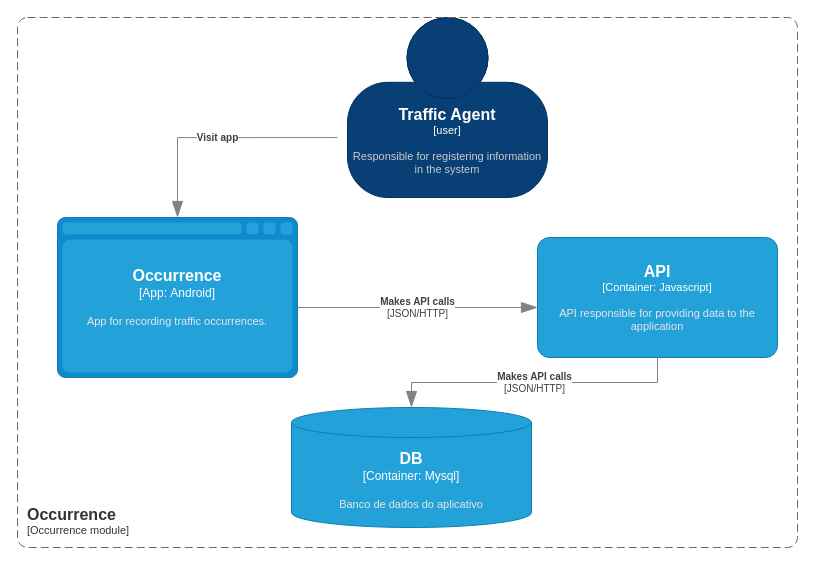
This is page "Occurrence" (2 of 3) of Occurrence.drawio from sitranbr/api_painelb, a draw.io file, before an edit. Source tidied: cells renumbered, new cells numbered last; positions are measured from the earlier drawing's top-left corner, leaving out a move shared by most shapes. Both pictures are drawn from the tidied source at 100%, with x=0, y=0 at pixel (17, 17).
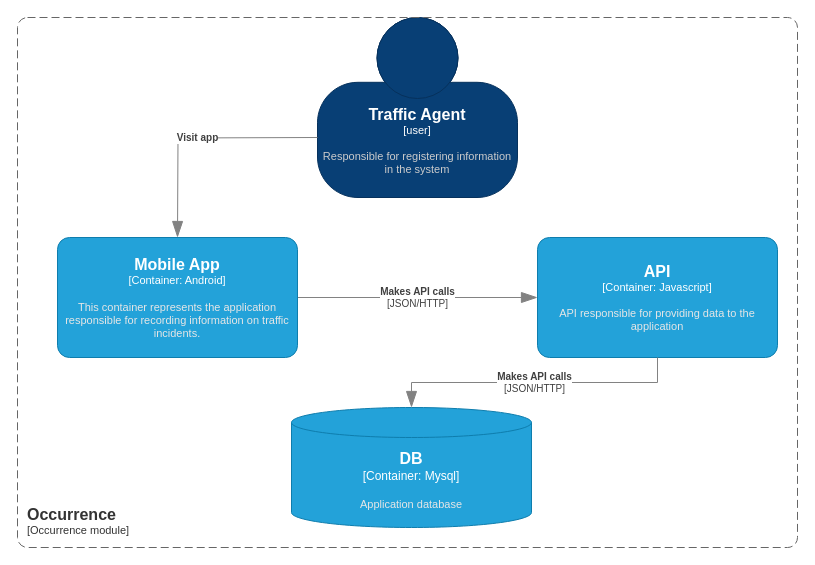
After the change.

What changed in the source:
```diff
@@
 <mxGraphModel>
   <root>
     <mxCell id="0" />
     <mxCell id="1" parent="0" />
     <object id="2" label="&lt;font style=&quot;font-size: 16px&quot;&gt;&lt;b&gt;%c4Name%&lt;/b&gt;&lt;/font&gt;&lt;div&gt;[%c4Type%]&lt;/div&gt;&lt;br&gt;&lt;div&gt;&lt;font style=&quot;font-size: 11px&quot;&gt;&lt;font color=&quot;#cccccc&quot;&gt;%c4Description%&lt;/font&gt;&lt;/div&gt;" c4Description="Responsible for registering information in the system" c4Name="Traffic Agent" c4Type="user" placeholders="1">
       <mxCell style="html=1;fontSize=11;dashed=0;whiteSpace=wrap;fillColor=#083F75;strokeColor=#06315C;fontColor=#ffffff;shape=mxgraph.c4.person2;align=center;points=[[0.5,0,0],[1,0.5,0],[1,0.75,0],[0.75,1,0],[0.5,1,0],[0.25,1,0],[0,0.75,0],[0,0.5,0]];" parent="1" vertex="1">
-        <mxGeometry x="330" width="200" height="180" as="geometry" />
+        <mxGeometry x="300" width="200" height="180" as="geometry" />
       </mxCell>
     </object>
-    <object id="3" label="&lt;font style=&quot;font-size: 16px&quot;&gt;&lt;b&gt;%c4Type%&lt;/b&gt;&lt;/font&gt;&lt;div&gt;[%c4Container%:&amp;nbsp;%c4Technology%]&lt;/div&gt;&lt;br&gt;&lt;div&gt;&lt;font style=&quot;font-size: 11px&quot;&gt;&lt;font color=&quot;#E6E6E6&quot;&gt;%c4Description%&lt;/font&gt;&lt;/div&gt;" c4Container="App" c4Description="App for recording traffic occurrences." c4Technology="Android" c4Type="Occurrence" placeholders="1">
-      <mxCell style="shape=mxgraph.c4.webBrowserContainer2;whiteSpace=wrap;html=1;boundedLbl=1;rounded=0;labelBackgroundColor=none;strokeColor=#118ACD;fillColor=#23A2D9;strokeColor=#118ACD;strokeColor2=#0E7DAD;fontSize=12;fontColor=#ffffff;align=center;points=[[0.5,0,0],[1,0.25,0],[1,0.5,0],[1,0.75,0],[0.5,1,0],[0,0.75,0],[0,0.5,0],[0,0.25,0]];" parent="1" vertex="1">
-        <mxGeometry x="40" y="200" width="240" height="160" as="geometry" />
-      </mxCell>
-    </object>
     <object id="4" label="&lt;font style=&quot;font-size: 16px&quot;&gt;&lt;b&gt;&lt;div style=&quot;text-align: left&quot;&gt;%c4Name%&lt;/div&gt;&lt;/b&gt;&lt;/font&gt;&lt;div style=&quot;text-align: left&quot;&gt;[%c4Application%]&lt;/div&gt;" c4Application="Occurrence module" c4Name="Occurrence" placeholders="1">
       <mxCell style="rounded=1;fontSize=11;whiteSpace=wrap;html=1;dashed=1;arcSize=20;fillColor=none;strokeColor=#666666;fontColor=#333333;labelBackgroundColor=none;align=left;verticalAlign=bottom;labelBorderColor=none;spacingTop=0;spacing=10;dashPattern=8 4;perimeter=rectanglePerimeter;noLabel=0;labelPadding=0;absoluteArcSize=1;" parent="1" vertex="1">
         <mxGeometry width="780" height="530" as="geometry" />
       </mxCell>
     </object>
     <object id="5" label="&lt;font style=&quot;font-size: 16px&quot;&gt;&lt;b&gt;%c4Name%&lt;/b&gt;&lt;/font&gt;&lt;div&gt;[%c4Type%: %c4Technology%]&lt;/div&gt;&lt;br&gt;&lt;div&gt;&lt;font style=&quot;font-size: 11px&quot;&gt;&lt;font color=&quot;#E6E6E6&quot;&gt;%c4Description%&lt;/font&gt;&lt;/div&gt;" c4Description="API responsible for providing data to the application" c4Name="API" c4Technology="Javascript" c4Type="Container" placeholders="1">
       <mxCell style="rounded=1;whiteSpace=wrap;html=1;fontSize=11;labelBackgroundColor=none;fillColor=#23A2D9;fontColor=#ffffff;align=center;arcSize=10;strokeColor=#0E7DAD;points=[[0.25,0,0],[0.5,0,0],[0.75,0,0],[1,0.25,0],[1,0.5,0],[1,0.75,0],[0.75,1,0],[0.5,1,0],[0.25,1,0],[0,0.75,0],[0,0.5,0],[0,0.25,0]];" parent="1" vertex="1">
         <mxGeometry x="520" y="220" width="240" height="120" as="geometry" />
       </mxCell>
     </object>
-    <object id="6" label="&lt;font style=&quot;font-size: 16px&quot;&gt;&lt;b&gt;%c4Type%&lt;/b&gt;&lt;/font&gt;&lt;div&gt;[%c4Container%:&amp;nbsp;%c4Technology%]&lt;/div&gt;&lt;br&gt;&lt;div&gt;&lt;font style=&quot;font-size: 11px&quot;&gt;&lt;font color=&quot;#E6E6E6&quot;&gt;%c4Description%&lt;/font&gt;&lt;/div&gt;" c4Container="Container" c4Description="Banco de dados do aplicativo" c4Technology="Mysql" c4Type="DB" placeholders="1">
+    <object id="6" label="&lt;font style=&quot;font-size: 16px&quot;&gt;&lt;b&gt;%c4Type%&lt;/b&gt;&lt;/font&gt;&lt;div&gt;[%c4Container%:&amp;nbsp;%c4Technology%]&lt;/div&gt;&lt;br&gt;&lt;div&gt;&lt;font style=&quot;font-size: 11px&quot;&gt;&lt;font color=&quot;#E6E6E6&quot;&gt;%c4Description%&lt;/font&gt;&lt;/div&gt;" c4Container="Container" c4Description="Application database" c4Technology="Mysql" c4Type="DB" placeholders="1">
       <mxCell style="shape=cylinder3;size=15;whiteSpace=wrap;html=1;boundedLbl=1;rounded=0;labelBackgroundColor=none;fillColor=#23A2D9;fontSize=12;fontColor=#ffffff;align=center;strokeColor=#0E7DAD;points=[[0.5,0,0],[1,0.25,0],[1,0.5,0],[1,0.75,0],[0.5,1,0],[0,0.75,0],[0,0.5,0],[0,0.25,0]];" parent="1" vertex="1">
         <mxGeometry x="274" y="390" width="240" height="120" as="geometry" />
       </mxCell>
     </object>
     <object id="7" label="&lt;div style=&quot;text-align: left&quot;&gt;&lt;div style=&quot;text-align: center&quot;&gt;&lt;b&gt;%c4Description%&lt;/b&gt;&lt;/div&gt;&lt;div style=&quot;text-align: center&quot;&gt;[%c4Technology%]&lt;/div&gt;&lt;/div&gt;" c4Description="Makes API calls" c4Technology="JSON/HTTP" placeholders="1">
       <mxCell style="endArrow=blockThin;html=1;fontSize=10;fontColor=#404040;strokeWidth=1;endFill=1;strokeColor=#828282;elbow=vertical;endSize=14;startSize=14;jumpStyle=arc;jumpSize=16;rounded=0;edgeStyle=orthogonalEdgeStyle;" parent="1" edge="1">
         <mxGeometry relative="1" as="geometry">
-          <mxPoint x="280" y="290" as="sourcePoint" />
-          <mxPoint x="520" y="290" as="targetPoint" />
+          <mxPoint x="280" y="280" as="sourcePoint" />
+          <mxPoint x="520" y="280" as="targetPoint" />
         </mxGeometry>
       </mxCell>
     </object>
     <object id="8" label="&lt;div style=&quot;text-align: left&quot;&gt;&lt;div style=&quot;text-align: center&quot;&gt;&lt;b&gt;%c4Description%&lt;/b&gt;&lt;/div&gt;&lt;div style=&quot;text-align: center&quot;&gt;[%c4Technology%]&lt;/div&gt;&lt;/div&gt;" c4Description="Makes API calls" c4Technology="JSON/HTTP" placeholders="1">
       <mxCell style="endArrow=blockThin;html=1;fontSize=10;fontColor=#404040;strokeWidth=1;endFill=1;strokeColor=#828282;elbow=vertical;endSize=14;startSize=14;jumpStyle=arc;jumpSize=16;rounded=0;edgeStyle=orthogonalEdgeStyle;exitX=0.5;exitY=1;exitDx=0;exitDy=0;exitPerimeter=0;" parent="1" edge="1" source="5" target="6">
         <mxGeometry relative="1" as="geometry" />
       </mxCell>
     </object>
     <object id="9" label="&lt;div style=&quot;text-align: left&quot;&gt;&lt;div style=&quot;text-align: center&quot;&gt;&lt;b&gt;%c4Description%&lt;/b&gt;&lt;/div&gt;" c4Description="Visit app" placeholders="1">
-      <mxCell style="endArrow=blockThin;html=1;fontSize=10;fontColor=#404040;strokeWidth=1;endFill=1;strokeColor=#828282;elbow=vertical;endSize=14;startSize=14;jumpStyle=arc;jumpSize=16;rounded=0;edgeStyle=orthogonalEdgeStyle;entryX=0.5;entryY=0;entryDx=0;entryDy=0;entryPerimeter=0;exitX=-0.05;exitY=0.667;exitDx=0;exitDy=0;exitPerimeter=0;" parent="1" edge="1" source="2" target="3">
-        <mxGeometry relative="1" as="geometry" />
+      <mxCell style="endArrow=blockThin;html=1;fontSize=10;fontColor=#404040;strokeWidth=1;endFill=1;strokeColor=#828282;elbow=vertical;endSize=14;startSize=14;jumpStyle=arc;jumpSize=16;rounded=0;edgeStyle=orthogonalEdgeStyle;" parent="1" edge="1">
+        <mxGeometry relative="1" as="geometry">
+          <mxPoint x="300" y="120" as="sourcePoint" />
+          <mxPoint x="160" y="220" as="targetPoint" />
+        </mxGeometry>
       </mxCell>
     </object>
+    <object id="10" label="&lt;font style=&quot;font-size: 16px&quot;&gt;&lt;b&gt;%c4Name%&lt;/b&gt;&lt;/font&gt;&lt;div&gt;[%c4Type%: %c4Technology%]&lt;/div&gt;&lt;br&gt;&lt;div&gt;&lt;font style=&quot;font-size: 11px&quot;&gt;&lt;font color=&quot;#E6E6E6&quot;&gt;%c4Description%&lt;/font&gt;&lt;/div&gt;" c4Description="This container represents the application responsible for recording information on traffic incidents." c4Name="Mobile App" c4Technology="Android" c4Type="Container" placeholders="1">
+      <mxCell style="rounded=1;whiteSpace=wrap;html=1;fontSize=11;labelBackgroundColor=none;fillColor=#23A2D9;fontColor=#ffffff;align=center;arcSize=10;strokeColor=#0E7DAD;" parent="1" vertex="1">
+        <mxGeometry x="40" y="220" width="240" height="120" as="geometry" />
+      </mxCell>
+    </object>
   </root>
 </mxGraphModel>
```
